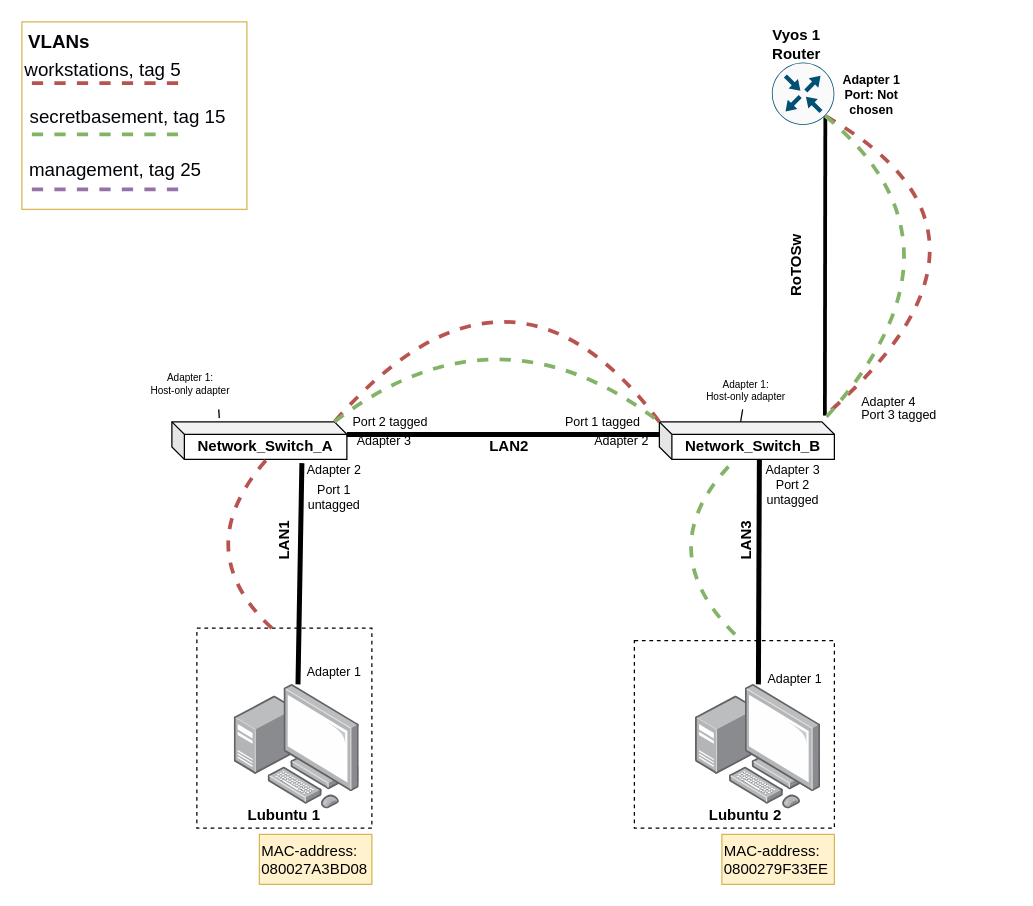
Kjersheim/DataNetworksIntro2023 keeps this draw.io diagram as page "Physical Topology" (1 of 3) of documentation/E04/E04NetworkChart_04.drawio. Above is the earlier version. Source tidied: cells renumbered, new cells numbered last; positions are measured from the earlier drawing's top-left corner, leaving out a move shared by most shapes. Both pictures are drawn from the tidied source at 125%, with x=0, y=0 at pixel (21, 21).
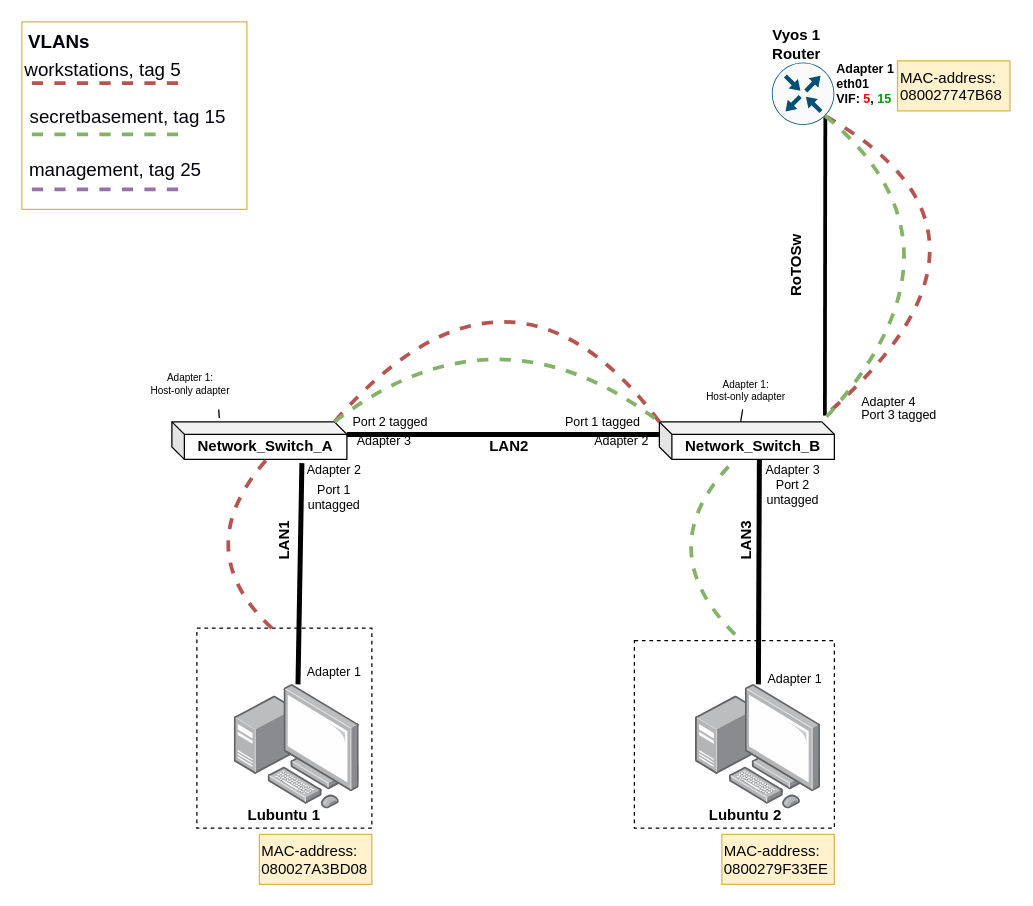
After the change.

What changed in the source:
```diff
@@
-    <mxCell id="33" value="Adapter 1&lt;br&gt;Port: Not chosen" style="text;strokeColor=none;align=center;fillColor=none;html=1;verticalAlign=middle;whiteSpace=wrap;rounded=0;rotation=0;fontStyle=1;fontSize=10;" parent="1" vertex="1">
-      <mxGeometry x="650" y="37.5" width="60" height="40" as="geometry" />
+    <mxCell id="33" value="Adapter 1&lt;br&gt;eth01&lt;br&gt;VIF: &lt;font color=&quot;#ff0000&quot;&gt;5&lt;/font&gt;&lt;font color=&quot;#020308&quot;&gt;, &lt;/font&gt;&lt;font color=&quot;#009900&quot;&gt;15&lt;/font&gt;&lt;font color=&quot;#020308&quot;&gt;&amp;nbsp;&lt;/font&gt;" style="text;strokeColor=none;align=left;fillColor=none;html=1;verticalAlign=top;whiteSpace=wrap;rounded=0;rotation=0;fontStyle=1;fontSize=10;" parent="1" vertex="1">
+      <mxGeometry x="650" y="25" width="50.5" height="52.5" as="geometry" />
     </mxCell>
@@
+    <mxCell id="53" value="MAC-address:&lt;br&gt;080027747B68" style="text;strokeColor=#d6b656;align=left;fillColor=#fff2cc;html=1;verticalAlign=top;rounded=0;whiteSpace=wrap;labelBorderColor=none;fillStyle=auto;" parent="1" vertex="1">
+      <mxGeometry x="700.5" y="31.2" width="90" height="40" as="geometry" />
+    </mxCell>
```
